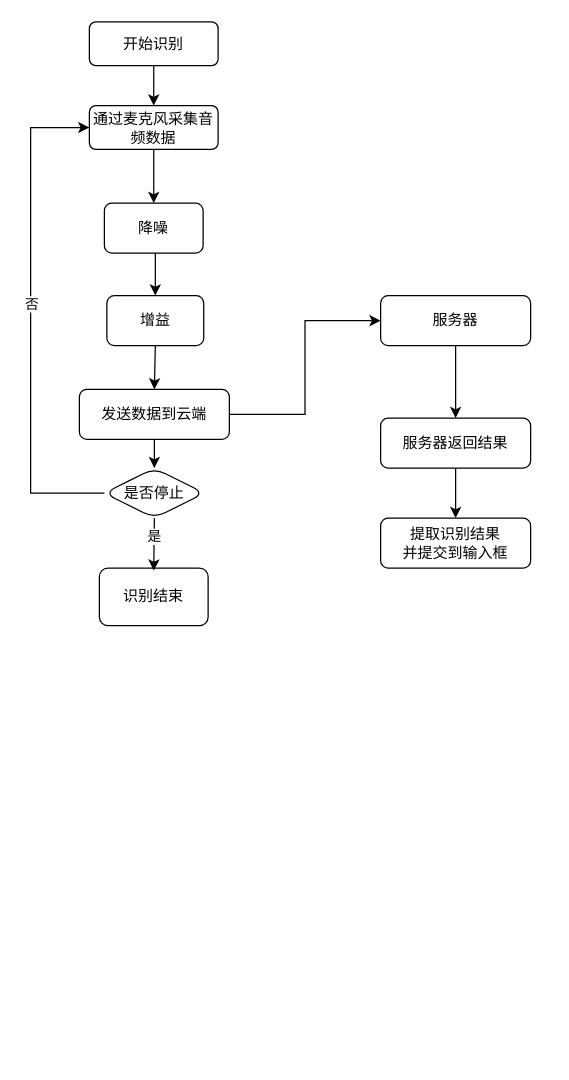
The draw.io diagram 语音识别.drawio in xubinlu/android-journey, before the edit. Source tidied: cells renumbered, new cells numbered last; positions are measured from the earlier drawing's top-left corner, leaving out a move shared by most shapes. Both pictures are drawn from the tidied source at 125%, with x=0, y=0 at pixel (30, 21).
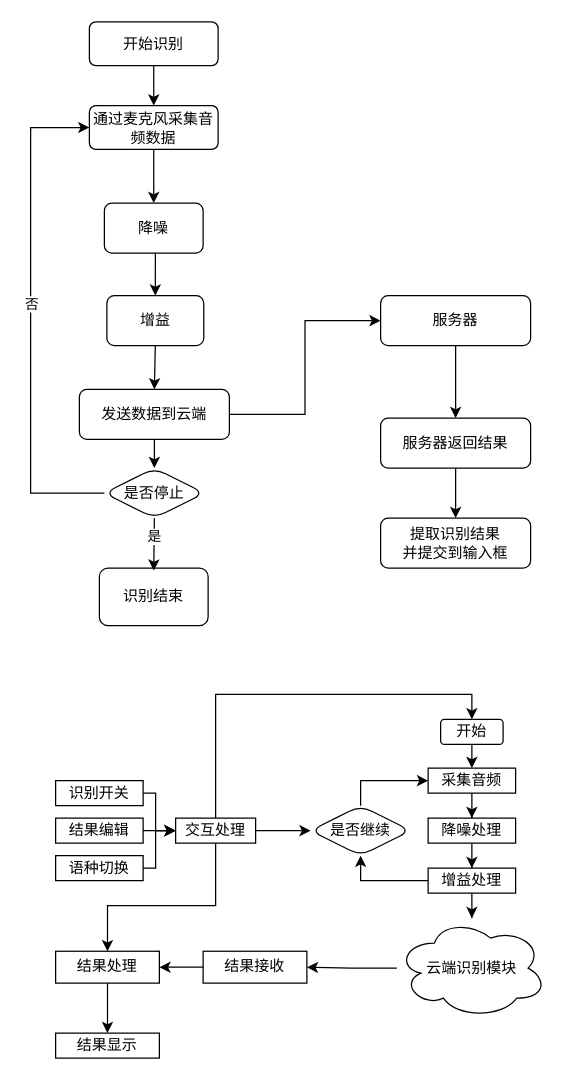
The same page after the edit.

Commit message:
更新语音识别.drawio

Diff of the diagram source:
```diff
@@
+    <mxCell id="24" style="edgeStyle=orthogonalEdgeStyle;rounded=0;jettySize=auto;html=1;exitX=1;exitY=0.5;exitDx=0;exitDy=0;entryX=0;entryY=0.5;entryDx=0;entryDy=0;" parent="1" edge="1" source="25" target="31">
+      <mxGeometry relative="1" as="geometry">
+        <Array as="points">
+          <mxPoint x="100" y="617" />
+          <mxPoint x="100" y="647" />
+        </Array>
+      </mxGeometry>
+    </mxCell>
+    <mxCell id="25" value="识别开关" style="rounded=0;whiteSpace=wrap;html=1;" parent="1" vertex="1">
+      <mxGeometry x="20" y="607" width="70" height="20" as="geometry" />
+    </mxCell>
+    <mxCell id="26" value="结果编辑" style="rounded=0;whiteSpace=wrap;html=1;" parent="1" vertex="1">
+      <mxGeometry x="20" y="637" width="70" height="20" as="geometry" />
+    </mxCell>
+    <mxCell id="27" value="语种切换" style="rounded=0;whiteSpace=wrap;html=1;" parent="1" vertex="1">
+      <mxGeometry x="20" y="667" width="70" height="20" as="geometry" />
+    </mxCell>
+    <mxCell id="28" style="edgeStyle=orthogonalEdgeStyle;rounded=0;jettySize=auto;html=1;exitX=1;exitY=0.5;exitDx=0;exitDy=0;entryX=0;entryY=0.5;entryDx=0;entryDy=0;" parent="1" edge="1" source="31" target="46">
+      <mxGeometry relative="1" as="geometry" />
+    </mxCell>
+    <mxCell id="29" style="edgeStyle=orthogonalEdgeStyle;rounded=0;jettySize=auto;html=1;exitX=0.5;exitY=0;exitDx=0;exitDy=0;entryX=0.5;entryY=0;entryDx=0;entryDy=0;" parent="1" edge="1" source="31" target="44">
+      <mxGeometry relative="1" as="geometry" />
+    </mxCell>
+    <mxCell id="30" style="edgeStyle=orthogonalEdgeStyle;rounded=0;jettySize=auto;html=1;exitX=0.5;exitY=1;exitDx=0;exitDy=0;entryX=0.5;entryY=0;entryDx=0;entryDy=0;" parent="1" edge="1" source="31" target="50">
+      <mxGeometry relative="1" as="geometry">
+        <Array as="points">
+          <mxPoint x="148" y="707" />
+          <mxPoint x="61" y="707" />
+        </Array>
+      </mxGeometry>
+    </mxCell>
+    <mxCell id="31" value="交互处理" style="rounded=0;whiteSpace=wrap;html=1;" parent="1" vertex="1">
+      <mxGeometry x="116" y="637" width="64" height="20" as="geometry" />
+    </mxCell>
+    <mxCell id="32" style="edgeStyle=orthogonalEdgeStyle;rounded=0;jettySize=auto;html=1;entryX=0;entryY=0.5;entryDx=0;entryDy=0;exitX=1;exitY=0.5;exitDx=0;exitDy=0;" parent="1" edge="1" source="27" target="31">
+      <mxGeometry relative="1" as="geometry">
+        <Array as="points">
+          <mxPoint x="100" y="677" />
+          <mxPoint x="100" y="647" />
+        </Array>
+      </mxGeometry>
+    </mxCell>
+    <mxCell id="33" style="edgeStyle=orthogonalEdgeStyle;rounded=0;jettySize=auto;html=1;exitX=1;exitY=0.5;exitDx=0;exitDy=0;entryX=0;entryY=0.5;entryDx=0;entryDy=0;" parent="1" edge="1" source="26" target="31">
+      <mxGeometry relative="1" as="geometry" />
+    </mxCell>
+    <mxCell id="34" style="edgeStyle=orthogonalEdgeStyle;rounded=0;jettySize=auto;html=1;" parent="1" edge="1" source="35" target="37">
+      <mxGeometry relative="1" as="geometry" />
+    </mxCell>
+    <mxCell id="35" value="采集音频" style="rounded=0;whiteSpace=wrap;html=1;" parent="1" vertex="1">
+      <mxGeometry x="318" y="597" width="70" height="20" as="geometry" />
+    </mxCell>
+    <mxCell id="36" style="edgeStyle=orthogonalEdgeStyle;rounded=0;jettySize=auto;html=1;" parent="1" edge="1" source="37" target="40">
+      <mxGeometry relative="1" as="geometry" />
+    </mxCell>
+    <mxCell id="37" value="降噪处理" style="rounded=0;whiteSpace=wrap;html=1;" parent="1" vertex="1">
+      <mxGeometry x="318" y="637" width="70" height="20" as="geometry" />
+    </mxCell>
+    <mxCell id="38" style="edgeStyle=orthogonalEdgeStyle;rounded=0;jettySize=auto;html=1;" parent="1" edge="1" source="40" target="42">
+      <mxGeometry relative="1" as="geometry" />
+    </mxCell>
+    <mxCell id="39" style="edgeStyle=orthogonalEdgeStyle;rounded=0;jettySize=auto;html=1;exitX=0;exitY=0.5;exitDx=0;exitDy=0;entryX=0.5;entryY=1;entryDx=0;entryDy=0;" parent="1" edge="1" source="40" target="46">
+      <mxGeometry relative="1" as="geometry" />
+    </mxCell>
+    <mxCell id="40" value="增益处理" style="rounded=0;whiteSpace=wrap;html=1;" parent="1" vertex="1">
+      <mxGeometry x="318" y="677" width="70" height="20" as="geometry" />
+    </mxCell>
+    <mxCell id="41" style="edgeStyle=orthogonalEdgeStyle;rounded=0;jettySize=auto;html=1;" parent="1" edge="1" source="42" target="48">
+      <mxGeometry relative="1" as="geometry" />
+    </mxCell>
+    <mxCell id="42" value="云端识别模块" style="ellipse;shape=cloud;whiteSpace=wrap;html=1;" parent="1" vertex="1">
+      <mxGeometry x="293" y="717" width="120" height="80" as="geometry" />
+    </mxCell>
+    <mxCell id="43" style="edgeStyle=orthogonalEdgeStyle;rounded=0;jettySize=auto;html=1;exitX=0.5;exitY=1;exitDx=0;exitDy=0;entryX=0.5;entryY=0;entryDx=0;entryDy=0;" parent="1" edge="1" source="44" target="35">
+      <mxGeometry relative="1" as="geometry" />
+    </mxCell>
+    <mxCell id="44" value="开始" style="rounded=1;whiteSpace=wrap;html=1;" parent="1" vertex="1">
+      <mxGeometry x="328" y="558" width="50" height="20" as="geometry" />
+    </mxCell>
+    <mxCell id="45" style="edgeStyle=orthogonalEdgeStyle;rounded=0;jettySize=auto;html=1;exitX=0.5;exitY=0;exitDx=0;exitDy=0;entryX=0;entryY=0.5;entryDx=0;entryDy=0;" parent="1" edge="1" source="46" target="35">
+      <mxGeometry relative="1" as="geometry" />
+    </mxCell>
+    <mxCell id="46" value="是否继续" style="rhombus;whiteSpace=wrap;html=1;rounded=1;glass=0;strokeWidth=1;shadow=0;" parent="1" vertex="1">
+      <mxGeometry x="224" y="627" width="80" height="40" as="geometry" />
+    </mxCell>
+    <mxCell id="47" style="edgeStyle=orthogonalEdgeStyle;rounded=0;jettySize=auto;html=1;exitX=0;exitY=0.5;exitDx=0;exitDy=0;entryX=1;entryY=0.5;entryDx=0;entryDy=0;" parent="1" edge="1" source="48" target="50">
+      <mxGeometry relative="1" as="geometry" />
+    </mxCell>
+    <mxCell id="48" value="结果接收" style="whiteSpace=wrap;html=1;" parent="1" vertex="1">
+      <mxGeometry x="138" y="743.5" width="83" height="25.5" as="geometry" />
+    </mxCell>
+    <mxCell id="49" style="edgeStyle=orthogonalEdgeStyle;rounded=0;jettySize=auto;html=1;exitX=0.5;exitY=1;exitDx=0;exitDy=0;entryX=0.5;entryY=0;entryDx=0;entryDy=0;" parent="1" edge="1" source="50" target="51">
+      <mxGeometry relative="1" as="geometry" />
+    </mxCell>
+    <mxCell id="50" value="结果处理" style="whiteSpace=wrap;html=1;" parent="1" vertex="1">
+      <mxGeometry x="20" y="743.5" width="83" height="25.5" as="geometry" />
+    </mxCell>
+    <mxCell id="51" value="结果显示" style="whiteSpace=wrap;html=1;" parent="1" vertex="1">
+      <mxGeometry x="20" y="809" width="83" height="20" as="geometry" />
+    </mxCell>
```
